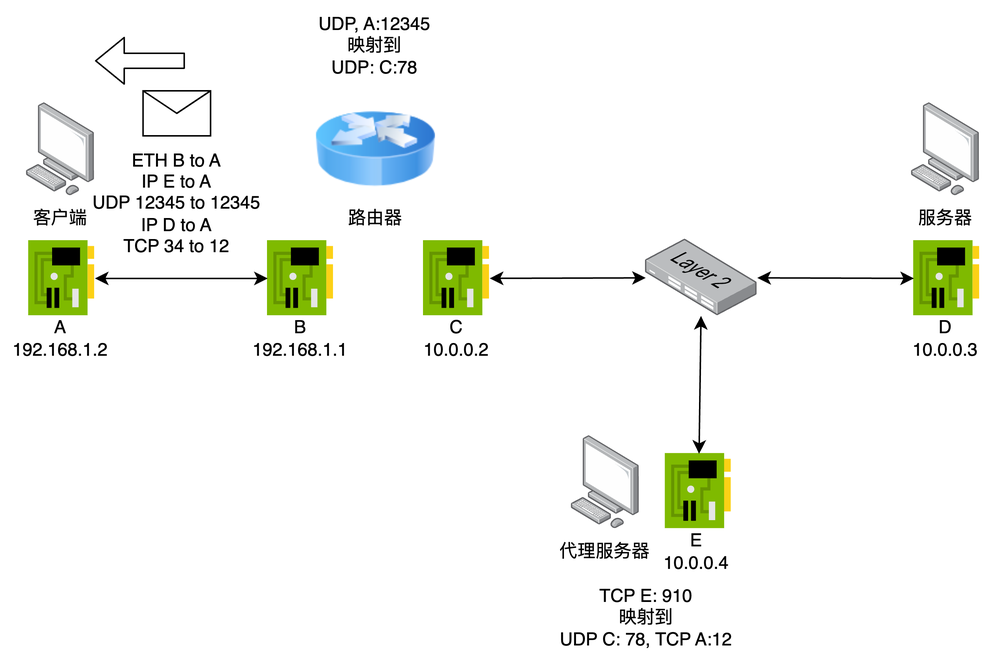
The draw.io diagram example_step11.png in N2Sys-EDU/Lab3-Documentation, before a commit. Source tidied: cells renumbered, new cells last; positions are measured from the earlier drawing's top-left corner, leaving out a move shared by most shapes. Source of this version:
```xml
<mxGraphModel>
  <root>
    <mxCell id="0" />
    <mxCell id="1" parent="0" />
    <mxCell id="2" style="image;html=1;image=img/lib/clip_art/networking/Router_Icon_128x128.png;" parent="1" vertex="1">
      <mxGeometry x="210" y="59.1" width="80" height="80" as="geometry" />
    </mxCell>
    <mxCell id="3" style="html=1;align=center;shadow=0;dashed=0;image;image=img/lib/allied_telesis/computer_and_terminals/Personal_Computer.svg;" parent="1" vertex="1">
      <mxGeometry x="17.2" y="68.2" width="45.6" height="61.8" as="geometry" />
    </mxCell>
    <mxCell id="4" value="客户端" style="text;html=1;strokeColor=none;fillColor=none;align=center;verticalAlign=middle;whiteSpace=wrap;rounded=0;" parent="1" vertex="1">
      <mxGeometry y="130" width="80" height="30" as="geometry" />
    </mxCell>
    <mxCell id="5" style="sketch=0;html=1;points=[];align=center;image;fontSize=12;image=img/lib/mscae/NetworkInterfaceCard.svg;" parent="1" vertex="1">
      <mxGeometry x="178" y="160" width="44" height="50" as="geometry" />
    </mxCell>
    <mxCell id="6" style="sketch=0;html=1;points=[];align=center;image;fontSize=12;image=img/lib/mscae/NetworkInterfaceCard.svg;" parent="1" vertex="1">
      <mxGeometry x="18.8" y="160" width="44" height="50" as="geometry" />
    </mxCell>
    <mxCell id="7" value="A&lt;br&gt;192.168.1.2" style="text;html=1;strokeColor=none;fillColor=none;align=center;verticalAlign=middle;whiteSpace=wrap;rounded=0;" parent="1" vertex="1">
      <mxGeometry y="210" width="80" height="30" as="geometry" />
    </mxCell>
    <mxCell id="8" value="路由器" style="text;html=1;strokeColor=none;fillColor=none;align=center;verticalAlign=middle;whiteSpace=wrap;rounded=0;" parent="1" vertex="1">
      <mxGeometry x="210" y="130" width="80" height="30" as="geometry" />
    </mxCell>
    <mxCell id="9" value="B&lt;br&gt;192.168.1.1" style="text;html=1;strokeColor=none;fillColor=none;align=center;verticalAlign=middle;whiteSpace=wrap;rounded=0;" parent="1" vertex="1">
      <mxGeometry x="160" y="210" width="80" height="30" as="geometry" />
    </mxCell>
    <mxCell id="10" style="endArrow=classic;startArrow=classic;html=1;" parent="1" edge="1" source="6" target="5">
      <mxGeometry relative="1" as="geometry" />
    </mxCell>
    <mxCell id="11" style="sketch=0;html=1;points=[];align=center;image;fontSize=12;image=img/lib/mscae/NetworkInterfaceCard.svg;" parent="1" vertex="1">
      <mxGeometry x="282" y="160" width="44" height="50" as="geometry" />
    </mxCell>
    <mxCell id="12" value="C&lt;br&gt;10.0.0.2" style="text;html=1;strokeColor=none;fillColor=none;align=center;verticalAlign=middle;whiteSpace=wrap;rounded=0;" parent="1" vertex="1">
      <mxGeometry x="264" y="210" width="80" height="30" as="geometry" />
    </mxCell>
    <mxCell id="13" style="html=1;align=center;shadow=0;dashed=0;image;image=img/lib/allied_telesis/computer_and_terminals/Personal_Computer.svg;" parent="1" vertex="1">
      <mxGeometry x="607.2" y="68.2" width="45.6" height="61.8" as="geometry" />
    </mxCell>
    <mxCell id="14" value="服务器" style="text;html=1;strokeColor=none;fillColor=none;align=center;verticalAlign=middle;whiteSpace=wrap;rounded=0;" parent="1" vertex="1">
      <mxGeometry x="590" y="130" width="80" height="30" as="geometry" />
    </mxCell>
    <mxCell id="15" style="sketch=0;html=1;points=[];align=center;image;fontSize=12;image=img/lib/mscae/NetworkInterfaceCard.svg;" parent="1" vertex="1">
      <mxGeometry x="608.8" y="160" width="44" height="50" as="geometry" />
    </mxCell>
    <mxCell id="16" value="D&lt;br&gt;10.0.0.3" style="text;html=1;strokeColor=none;fillColor=none;align=center;verticalAlign=middle;whiteSpace=wrap;rounded=0;" parent="1" vertex="1">
      <mxGeometry x="590" y="210" width="80" height="30" as="geometry" />
    </mxCell>
    <mxCell id="17" style="endArrow=classic;startArrow=classic;html=1;" parent="1" edge="1" source="11" target="18">
      <mxGeometry relative="1" as="geometry" />
    </mxCell>
    <mxCell id="18" style="points=[];html=1;align=center;shadow=0;dashed=0;image;image=img/lib/allied_telesis/switch/Switch_24_port_L2.svg;" parent="1" vertex="1">
      <mxGeometry x="430" y="159" width="74.4" height="51" as="geometry" />
    </mxCell>
    <mxCell id="19" style="endArrow=classic;startArrow=classic;html=1;" parent="1" edge="1" source="18" target="15">
      <mxGeometry relative="1" as="geometry" />
    </mxCell>
    <mxCell id="20" style="html=1;align=center;shadow=0;dashed=0;image;image=img/lib/allied_telesis/computer_and_terminals/Personal_Computer.svg;" parent="1" vertex="1">
      <mxGeometry x="380.4" y="290" width="45.6" height="61.8" as="geometry" />
    </mxCell>
    <mxCell id="21" value="代理服务器" style="text;html=1;strokeColor=none;fillColor=none;align=center;verticalAlign=middle;whiteSpace=wrap;rounded=0;" parent="1" vertex="1">
      <mxGeometry x="363.2" y="351.8" width="80" height="30" as="geometry" />
    </mxCell>
    <mxCell id="22" style="sketch=0;html=1;points=[];align=center;image;fontSize=12;image=img/lib/mscae/NetworkInterfaceCard.svg;" parent="1" vertex="1">
      <mxGeometry x="443.2" y="301.8" width="44" height="50" as="geometry" />
    </mxCell>
    <mxCell id="23" value="E&lt;br&gt;10.0.0.4" style="text;html=1;strokeColor=none;fillColor=none;align=center;verticalAlign=middle;whiteSpace=wrap;rounded=0;" parent="1" vertex="1">
      <mxGeometry x="424.4" y="351.8" width="80" height="30" as="geometry" />
    </mxCell>
    <mxCell id="24" style="endArrow=classic;startArrow=classic;html=1;" parent="1" edge="1" source="18" target="22">
      <mxGeometry relative="1" as="geometry" />
    </mxCell>
    <mxCell id="25" value="UDP, A:12345&lt;br&gt;映射到&lt;br&gt;UDP: C:78" style="text;html=1;strokeColor=none;fillColor=none;align=center;verticalAlign=middle;whiteSpace=wrap;rounded=0;" parent="1" vertex="1">
      <mxGeometry x="189.4" width="121.2" height="59.1" as="geometry" />
    </mxCell>
    <mxCell id="26" style="shape=message;html=1;html=1;labelPosition=center;verticalLabelPosition=bottom;align=center;verticalAlign=top;" parent="1" vertex="1">
      <mxGeometry x="94.9" y="60" width="45" height="30" as="geometry" />
    </mxCell>
    <mxCell id="27" style="shape=flexArrow;endArrow=classic;html=1;" parent="1" edge="1">
      <mxGeometry relative="1" as="geometry">
        <mxPoint x="122.8" y="40" as="sourcePoint" />
        <mxPoint x="62.8" y="40" as="targetPoint" />
      </mxGeometry>
    </mxCell>
    <mxCell id="28" value="ETH B to A&lt;br&gt;IP E to A&lt;br&gt;UDP 12345 to 12345&lt;br&gt;IP D to A&lt;br&gt;TCP 34 to 12" style="text;html=1;strokeColor=none;fillColor=none;align=center;verticalAlign=middle;whiteSpace=wrap;rounded=0;" parent="1" vertex="1">
      <mxGeometry x="56.8" y="90" width="121.2" height="90" as="geometry" />
    </mxCell>
    <mxCell id="29" value="TCP E: 910&lt;br&gt;映射到&lt;br&gt;UDP C: 78, TCP A:12" style="text;html=1;strokeColor=none;fillColor=none;align=center;verticalAlign=middle;whiteSpace=wrap;rounded=0;" parent="1" vertex="1">
      <mxGeometry x="370" y="381.8" width="121.2" height="58.2" as="geometry" />
    </mxCell>
  </root>
</mxGraphModel>
```
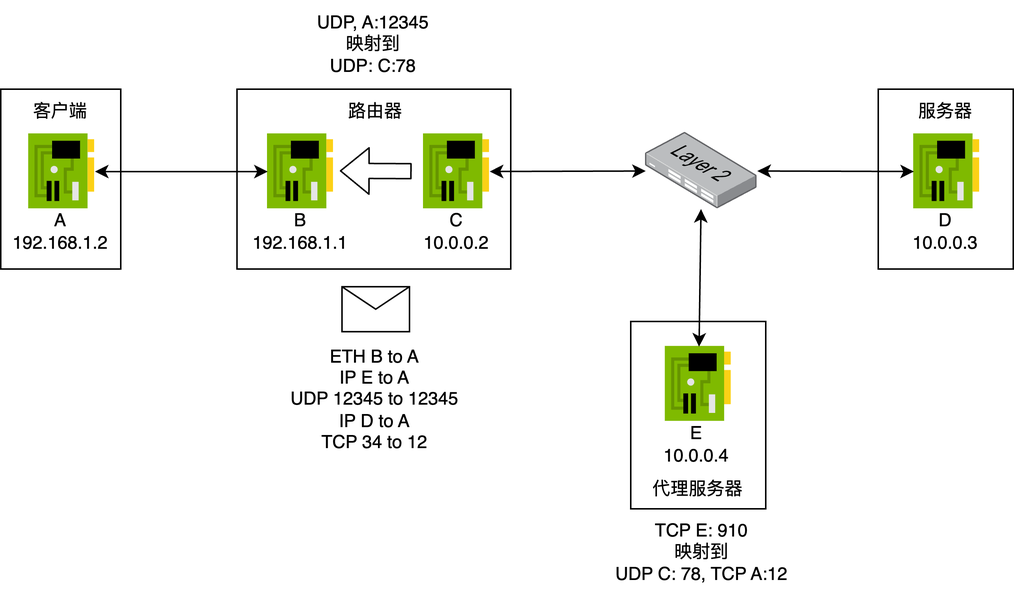
Later version of the same file.

What changed in the source:
```diff
@@ -2,21 +2,33 @@
   <root>
     <mxCell id="0" />
     <mxCell id="1" parent="0" />
-    <mxCell id="2" style="image;html=1;image=img/lib/clip_art/networking/Router_Icon_128x128.png;" parent="1" vertex="1">
-      <mxGeometry x="210" y="59.1" width="80" height="80" as="geometry" />
-    </mxCell>
-    <mxCell id="3" style="html=1;align=center;shadow=0;dashed=0;image;image=img/lib/allied_telesis/computer_and_terminals/Personal_Computer.svg;" parent="1" vertex="1">
-      <mxGeometry x="17.2" y="68.2" width="45.6" height="61.8" as="geometry" />
-    </mxCell>
+    <mxCell id="29" value="UDP, A:12345&lt;br&gt;映射到&lt;br&gt;UDP: C:78" style="text;html=1;strokeColor=none;fillColor=none;align=center;verticalAlign=middle;whiteSpace=wrap;rounded=0;" parent="1" vertex="1">
+      <mxGeometry x="188.1" y="70.9" width="121.2" height="59.1" as="geometry" />
+    </mxCell>
+    <mxCell id="30" value="TCP E: 910&lt;br&gt;映射到&lt;br&gt;UDP C: 78, TCP A:12" style="text;html=1;strokeColor=none;fillColor=none;align=center;verticalAlign=middle;whiteSpace=wrap;rounded=0;" parent="1" vertex="1">
+      <mxGeometry x="406.6" y="410" width="121.2" height="58.2" as="geometry" />
+    </mxCell>
+    <mxCell id="31" style="rounded=0;whiteSpace=wrap;html=1;" parent="1" vertex="1">
+      <mxGeometry x="585" y="130" width="90" height="120" as="geometry" />
+    </mxCell>
+    <mxCell id="32" style="rounded=0;whiteSpace=wrap;html=1;" parent="1" vertex="1">
+      <mxGeometry x="420" y="285" width="90" height="125" as="geometry" />
+    </mxCell>
+    <mxCell id="33" style="rounded=0;whiteSpace=wrap;html=1;" parent="1" vertex="1">
+      <mxGeometry x="157.5" y="130" width="182.5" height="120" as="geometry" />
+    </mxCell>
+    <mxCell id="34" style="rounded=0;whiteSpace=wrap;html=1;" parent="1" vertex="1">
+      <mxGeometry y="130" width="80" height="120" as="geometry" />
+    </mxCell>
     <mxCell id="4" value="客户端" style="text;html=1;strokeColor=none;fillColor=none;align=center;verticalAlign=middle;whiteSpace=wrap;rounded=0;" parent="1" vertex="1">
       <mxGeometry y="130" width="80" height="30" as="geometry" />
     </mxCell>
-    <mxCell id="5" style="sketch=0;html=1;points=[];align=center;image;fontSize=12;image=img/lib/mscae/NetworkInterfaceCard.svg;" parent="1" vertex="1">
-      <mxGeometry x="178" y="160" width="44" height="50" as="geometry" />
-    </mxCell>
-    <mxCell id="6" style="sketch=0;html=1;points=[];align=center;image;fontSize=12;image=img/lib/mscae/NetworkInterfaceCard.svg;" parent="1" vertex="1">
-      <mxGeometry x="18.8" y="160" width="44" height="50" as="geometry" />
-    </mxCell>
+    <mxCell id="35" style="sketch=0;html=1;points=[];align=center;image;fontSize=12;image=img/lib/mscae/NetworkInterfaceCard.svg;" parent="1" vertex="1">
+      <mxGeometry x="178" y="160" width="44" height="50" as="geometry" />
+    </mxCell>
+    <mxCell id="36" style="sketch=0;html=1;points=[];align=center;image;fontSize=12;image=img/lib/mscae/NetworkInterfaceCard.svg;" parent="1" vertex="1">
+      <mxGeometry x="18.8" y="160" width="44" height="50" as="geometry" />
+    </mxCell>
     <mxCell id="7" value="A&lt;br&gt;192.168.1.2" style="text;html=1;strokeColor=none;fillColor=none;align=center;verticalAlign=middle;whiteSpace=wrap;rounded=0;" parent="1" vertex="1">
       <mxGeometry y="210" width="80" height="30" as="geometry" />
     </mxCell>
@@ -26,68 +38,56 @@
     <mxCell id="9" value="B&lt;br&gt;192.168.1.1" style="text;html=1;strokeColor=none;fillColor=none;align=center;verticalAlign=middle;whiteSpace=wrap;rounded=0;" parent="1" vertex="1">
       <mxGeometry x="160" y="210" width="80" height="30" as="geometry" />
     </mxCell>
-    <mxCell id="10" style="endArrow=classic;startArrow=classic;html=1;" parent="1" edge="1" source="6" target="5">
-      <mxGeometry relative="1" as="geometry" />
-    </mxCell>
-    <mxCell id="11" style="sketch=0;html=1;points=[];align=center;image;fontSize=12;image=img/lib/mscae/NetworkInterfaceCard.svg;" parent="1" vertex="1">
-      <mxGeometry x="282" y="160" width="44" height="50" as="geometry" />
-    </mxCell>
+    <mxCell id="37" style="endArrow=classic;startArrow=classic;html=1;" parent="1" edge="1" source="36" target="35">
+      <mxGeometry relative="1" as="geometry" />
+    </mxCell>
+    <mxCell id="38" style="sketch=0;html=1;points=[];align=center;image;fontSize=12;image=img/lib/mscae/NetworkInterfaceCard.svg;" parent="1" vertex="1">
+      <mxGeometry x="282" y="160" width="44" height="50" as="geometry" />
+    </mxCell>
     <mxCell id="12" value="C&lt;br&gt;10.0.0.2" style="text;html=1;strokeColor=none;fillColor=none;align=center;verticalAlign=middle;whiteSpace=wrap;rounded=0;" parent="1" vertex="1">
       <mxGeometry x="264" y="210" width="80" height="30" as="geometry" />
     </mxCell>
-    <mxCell id="13" style="html=1;align=center;shadow=0;dashed=0;image;image=img/lib/allied_telesis/computer_and_terminals/Personal_Computer.svg;" parent="1" vertex="1">
-      <mxGeometry x="607.2" y="68.2" width="45.6" height="61.8" as="geometry" />
-    </mxCell>
     <mxCell id="14" value="服务器" style="text;html=1;strokeColor=none;fillColor=none;align=center;verticalAlign=middle;whiteSpace=wrap;rounded=0;" parent="1" vertex="1">
       <mxGeometry x="590" y="130" width="80" height="30" as="geometry" />
     </mxCell>
-    <mxCell id="15" style="sketch=0;html=1;points=[];align=center;image;fontSize=12;image=img/lib/mscae/NetworkInterfaceCard.svg;" parent="1" vertex="1">
-      <mxGeometry x="608.8" y="160" width="44" height="50" as="geometry" />
-    </mxCell>
+    <mxCell id="39" style="sketch=0;html=1;points=[];align=center;image;fontSize=12;image=img/lib/mscae/NetworkInterfaceCard.svg;" parent="1" vertex="1">
+      <mxGeometry x="608.8" y="160" width="44" height="50" as="geometry" />
+    </mxCell>
     <mxCell id="16" value="D&lt;br&gt;10.0.0.3" style="text;html=1;strokeColor=none;fillColor=none;align=center;verticalAlign=middle;whiteSpace=wrap;rounded=0;" parent="1" vertex="1">
       <mxGeometry x="590" y="210" width="80" height="30" as="geometry" />
     </mxCell>
-    <mxCell id="17" style="endArrow=classic;startArrow=classic;html=1;" parent="1" edge="1" source="11" target="18">
-      <mxGeometry relative="1" as="geometry" />
-    </mxCell>
-    <mxCell id="18" style="points=[];html=1;align=center;shadow=0;dashed=0;image;image=img/lib/allied_telesis/switch/Switch_24_port_L2.svg;" parent="1" vertex="1">
-      <mxGeometry x="430" y="159" width="74.4" height="51" as="geometry" />
-    </mxCell>
-    <mxCell id="19" style="endArrow=classic;startArrow=classic;html=1;" parent="1" edge="1" source="18" target="15">
-      <mxGeometry relative="1" as="geometry" />
-    </mxCell>
-    <mxCell id="20" style="html=1;align=center;shadow=0;dashed=0;image;image=img/lib/allied_telesis/computer_and_terminals/Personal_Computer.svg;" parent="1" vertex="1">
-      <mxGeometry x="380.4" y="290" width="45.6" height="61.8" as="geometry" />
-    </mxCell>
+    <mxCell id="40" style="endArrow=classic;startArrow=classic;html=1;" parent="1" edge="1" source="38" target="41">
+      <mxGeometry relative="1" as="geometry" />
+    </mxCell>
+    <mxCell id="41" style="points=[];html=1;align=center;shadow=0;dashed=0;image;image=img/lib/allied_telesis/switch/Switch_24_port_L2.svg;" parent="1" vertex="1">
+      <mxGeometry x="430" y="159" width="74.4" height="51" as="geometry" />
+    </mxCell>
+    <mxCell id="42" style="endArrow=classic;startArrow=classic;html=1;" parent="1" edge="1" source="41" target="39">
+      <mxGeometry relative="1" as="geometry" />
+    </mxCell>
     <mxCell id="21" value="代理服务器" style="text;html=1;strokeColor=none;fillColor=none;align=center;verticalAlign=middle;whiteSpace=wrap;rounded=0;" parent="1" vertex="1">
-      <mxGeometry x="363.2" y="351.8" width="80" height="30" as="geometry" />
+      <mxGeometry x="425.2" y="381.8" width="80" height="30" as="geometry" />
     </mxCell>
-    <mxCell id="22" style="sketch=0;html=1;points=[];align=center;image;fontSize=12;image=img/lib/mscae/NetworkInterfaceCard.svg;" parent="1" vertex="1">
-      <mxGeometry x="443.2" y="301.8" width="44" height="50" as="geometry" />
-    </mxCell>
+    <mxCell id="43" style="sketch=0;html=1;points=[];align=center;image;fontSize=12;image=img/lib/mscae/NetworkInterfaceCard.svg;" parent="1" vertex="1">
+      <mxGeometry x="443.2" y="301.8" width="44" height="50" as="geometry" />
+    </mxCell>
     <mxCell id="23" value="E&lt;br&gt;10.0.0.4" style="text;html=1;strokeColor=none;fillColor=none;align=center;verticalAlign=middle;whiteSpace=wrap;rounded=0;" parent="1" vertex="1">
       <mxGeometry x="424.4" y="351.8" width="80" height="30" as="geometry" />
     </mxCell>
-    <mxCell id="24" style="endArrow=classic;startArrow=classic;html=1;" parent="1" edge="1" source="18" target="22">
-      <mxGeometry relative="1" as="geometry" />
-    </mxCell>
-    <mxCell id="25" value="UDP, A:12345&lt;br&gt;映射到&lt;br&gt;UDP: C:78" style="text;html=1;strokeColor=none;fillColor=none;align=center;verticalAlign=middle;whiteSpace=wrap;rounded=0;" parent="1" vertex="1">
-      <mxGeometry x="189.4" width="121.2" height="59.1" as="geometry" />
-    </mxCell>
+    <mxCell id="44" style="endArrow=classic;startArrow=classic;html=1;" parent="1" edge="1" source="41" target="43">
+      <mxGeometry relative="1" as="geometry" />
+    </mxCell>
     <mxCell id="26" style="shape=message;html=1;html=1;labelPosition=center;verticalLabelPosition=bottom;align=center;verticalAlign=top;" parent="1" vertex="1">
-      <mxGeometry x="94.9" y="60" width="45" height="30" as="geometry" />
+      <mxGeometry x="227.5" y="261.8" width="45" height="30" as="geometry" />
     </mxCell>
     <mxCell id="27" style="shape=flexArrow;endArrow=classic;html=1;" parent="1" edge="1">
       <mxGeometry relative="1" as="geometry">
-        <mxPoint x="122.8" y="40" as="sourcePoint" />
-        <mxPoint x="62.8" y="40" as="targetPoint" />
+        <mxPoint x="274" y="184.7" as="sourcePoint" />
+        <mxPoint x="226" y="184.5" as="targetPoint" />
       </mxGeometry>
     </mxCell>
     <mxCell id="28" value="ETH B to A&lt;br&gt;IP E to A&lt;br&gt;UDP 12345 to 12345&lt;br&gt;IP D to A&lt;br&gt;TCP 34 to 12" style="text;html=1;strokeColor=none;fillColor=none;align=center;verticalAlign=middle;whiteSpace=wrap;rounded=0;" parent="1" vertex="1">
-      <mxGeometry x="56.8" y="90" width="121.2" height="90" as="geometry" />
+      <mxGeometry x="189.4" y="291.8" width="121.2" height="90" as="geometry" />
     </mxCell>
-    <mxCell id="29" value="TCP E: 910&lt;br&gt;映射到&lt;br&gt;UDP C: 78, TCP A:12" style="text;html=1;strokeColor=none;fillColor=none;align=center;verticalAlign=middle;whiteSpace=wrap;rounded=0;" parent="1" vertex="1">
-      <mxGeometry x="370" y="381.8" width="121.2" height="58.2" as="geometry" />
-    </mxCell>
   </root>
 </mxGraphModel>
```
